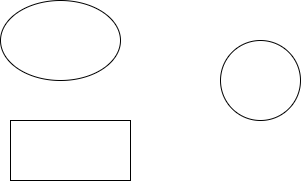
Earlier version of the draw.io export ex000.drawio.png (JuliaBabina/Practicum). Source tidied: cells renumbered, new cells last; positions are measured from the earlier drawing's top-left corner, leaving out a move shared by most shapes.
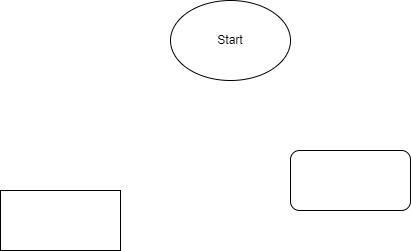
After the change.

Diff of the diagram source:
```diff
@@ -2,14 +2,14 @@
   <root>
     <mxCell id="0" />
     <mxCell id="1" parent="0" />
-    <mxCell id="2" style="ellipse;whiteSpace=wrap;html=1;" parent="1" vertex="1">
-      <mxGeometry width="120" height="80" as="geometry" />
+    <mxCell id="2" value="Start" style="ellipse;whiteSpace=wrap;html=1;" parent="1" vertex="1">
+      <mxGeometry x="180" y="-70" width="120" height="80" as="geometry" />
     </mxCell>
     <mxCell id="3" style="rounded=0;whiteSpace=wrap;html=1;" parent="1" vertex="1">
       <mxGeometry x="10" y="120" width="120" height="60" as="geometry" />
     </mxCell>
-    <mxCell id="4" style="ellipse;whiteSpace=wrap;html=1;" parent="1" vertex="1">
-      <mxGeometry x="220" y="40" width="80" height="80" as="geometry" />
-    </mxCell>
+    <mxCell id="5" style="rounded=1;whiteSpace=wrap;html=1;" parent="1" vertex="1">
+      <mxGeometry x="300" y="80" width="120" height="60" as="geometry" />
+    </mxCell>
   </root>
 </mxGraphModel>
```
